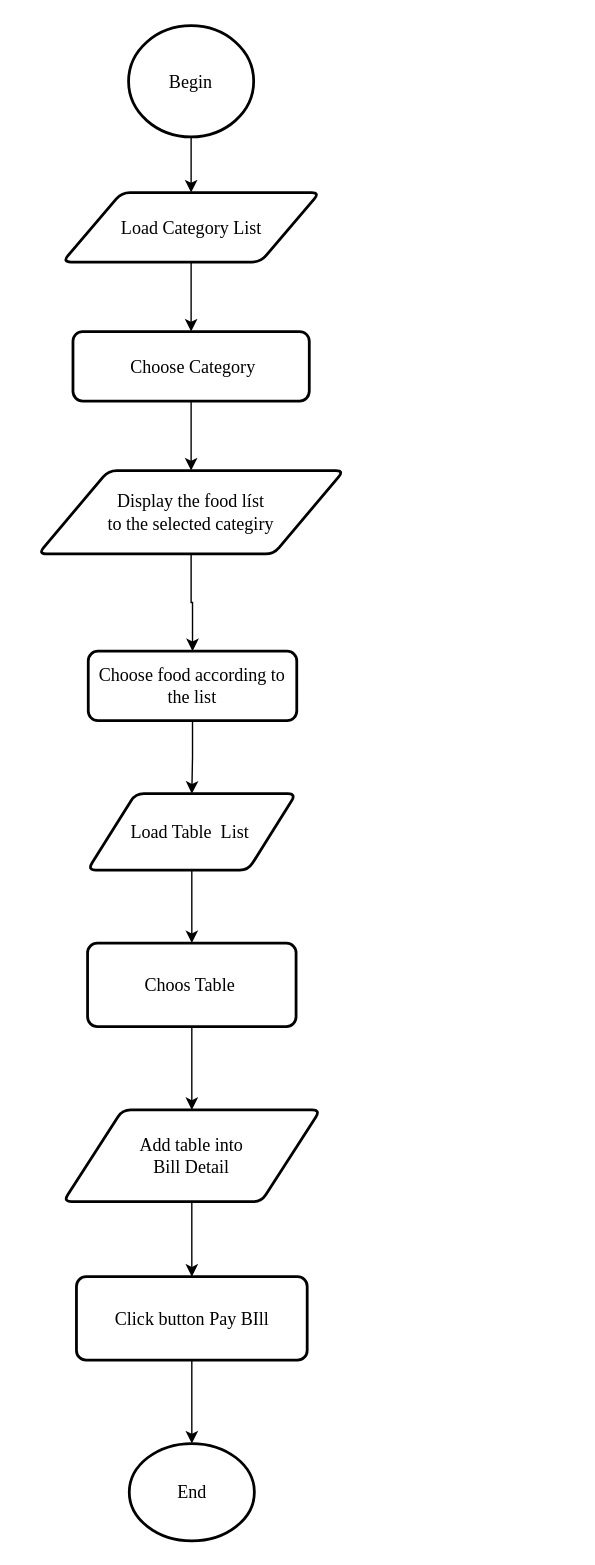
Before: page "Order" (3 of 12) of document/diagram/flowchar_ver2.drawio in daomtthuan/do-an, a draw.io diagram. Source tidied: cells renumbered, new cells numbered last; positions are measured from the earlier drawing's top-left corner, leaving out a move shared by most shapes. Both pictures are drawn from the tidied source at 139%, with x=0, y=0 at pixel (38, 25).
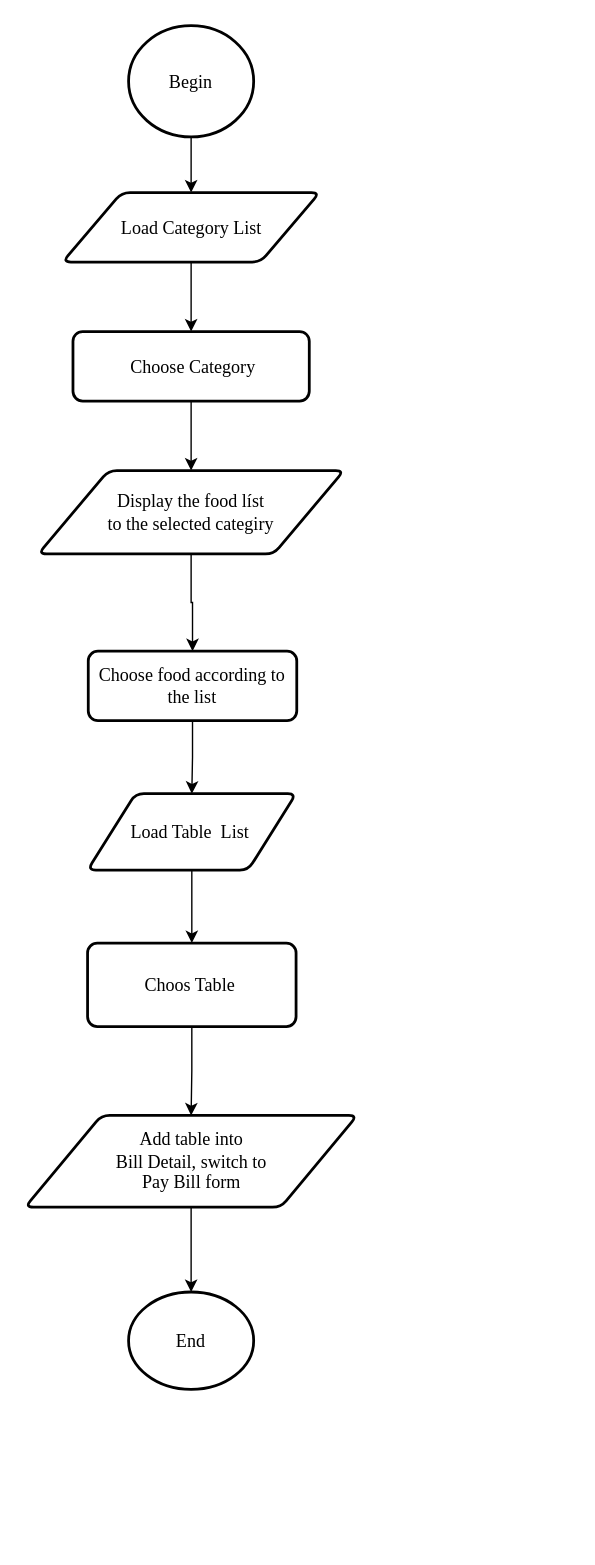
Above is the later version.

What changed in the source:
```diff
@@
     <mxCell id="10" value="End" style="strokeWidth=2;html=1;shape=mxgraph.flowchart.start_2;whiteSpace=wrap;fontFamily=Times New Roman;fontSize=13;" parent="1" vertex="1">
-      <mxGeometry x="65.5" y="1020" width="90" height="70" as="geometry" />
+      <mxGeometry x="65" y="911" width="90" height="70" as="geometry" />
     </mxCell>
@@
-    <mxCell id="18" style="edgeStyle=orthogonalEdgeStyle;rounded=0;jettySize=auto;html=1;fontFamily=Times New Roman;fontSize=13;" parent="1" edge="1" source="19" target="21">
-      <mxGeometry relative="1" as="geometry" />
-    </mxCell>
+    <mxCell id="23" style="edgeStyle=orthogonalEdgeStyle;rounded=0;jettySize=auto;html=1;entryX=0.5;entryY=0;entryDx=0;entryDy=0;entryPerimeter=0;" parent="1" edge="1" source="19" target="10">
+      <mxGeometry relative="1" as="geometry" />
+    </mxCell>
-    <mxCell id="19" value="Add table into &lt;br style=&quot;font-size: 13px;&quot;&gt;Bill Detail" style="shape=parallelogram;html=1;strokeWidth=2;perimeter=parallelogramPerimeter;whiteSpace=wrap;rounded=1;arcSize=12;size=0.23;fontFamily=Times New Roman;fontSize=13;" parent="1" vertex="1">
-      <mxGeometry x="18" y="780" width="185" height="66" as="geometry" />
+    <mxCell id="19" value="Add table into &lt;br style=&quot;font-size: 13px&quot;&gt;Bill Detail, switch to&lt;br&gt;Pay Bill form" style="shape=parallelogram;html=1;strokeWidth=2;perimeter=parallelogramPerimeter;whiteSpace=wrap;rounded=1;arcSize=12;size=0.23;fontFamily=Times New Roman;fontSize=13;" parent="1" vertex="1">
+      <mxGeometry x="-9.5" y="784" width="239" height="66" as="geometry" />
     </mxCell>
-    <mxCell id="20" style="edgeStyle=orthogonalEdgeStyle;rounded=0;jettySize=auto;html=1;fontFamily=Times New Roman;fontSize=13;" parent="1" edge="1" source="21" target="10">
-      <mxGeometry relative="1" as="geometry" />
-    </mxCell>
-    <mxCell id="21" value="Click button Pay BIll" style="rounded=1;whiteSpace=wrap;html=1;absoluteArcSize=1;arcSize=14;strokeWidth=2;fontFamily=Times New Roman;fontSize=13;" parent="1" vertex="1">
-      <mxGeometry x="27.5" y="900" width="166" height="60" as="geometry" />
-    </mxCell>
```
